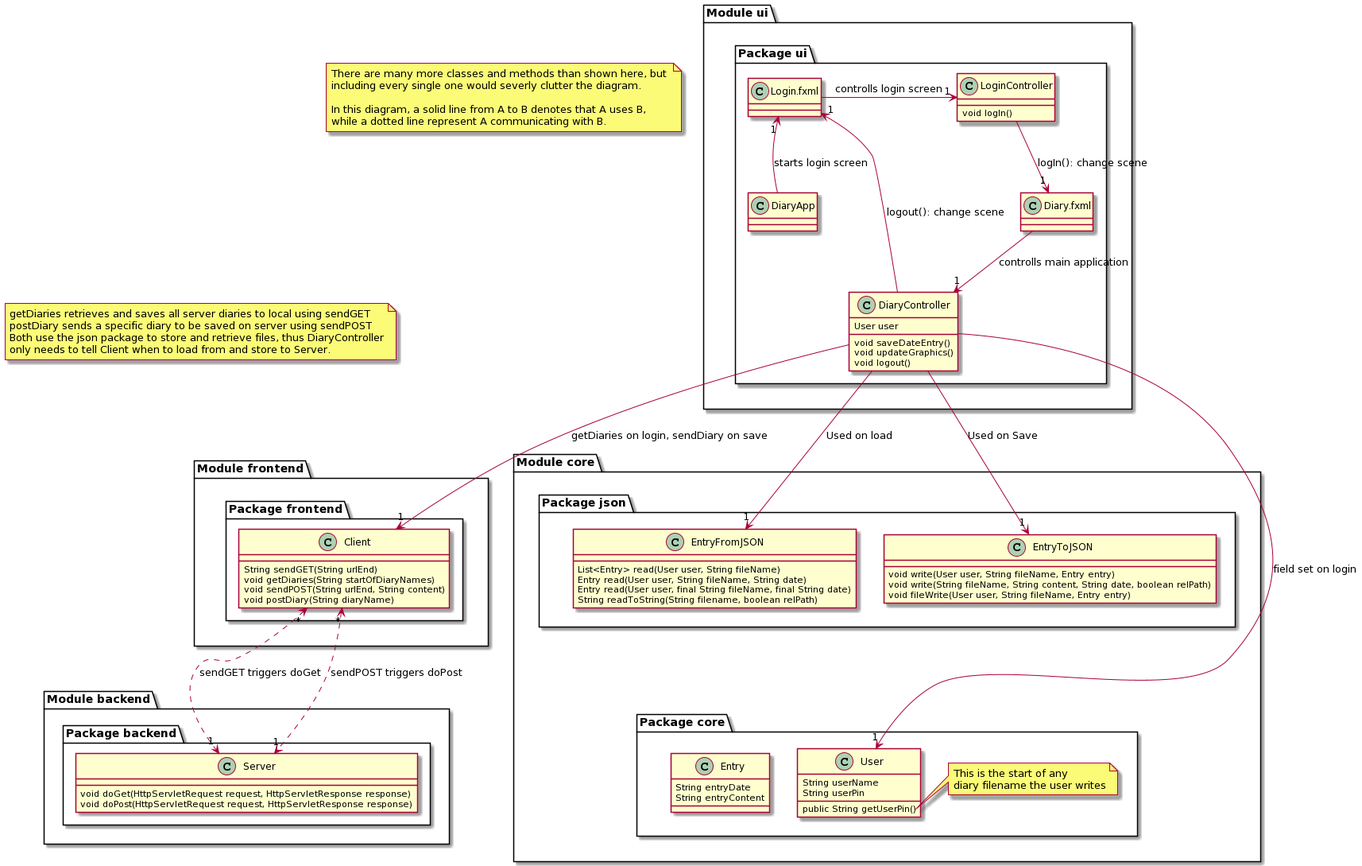
Above: docs/resources/Class_diagram.png in ScandiumSG/ITP_DiaryApplication (PlantUML), before the change.
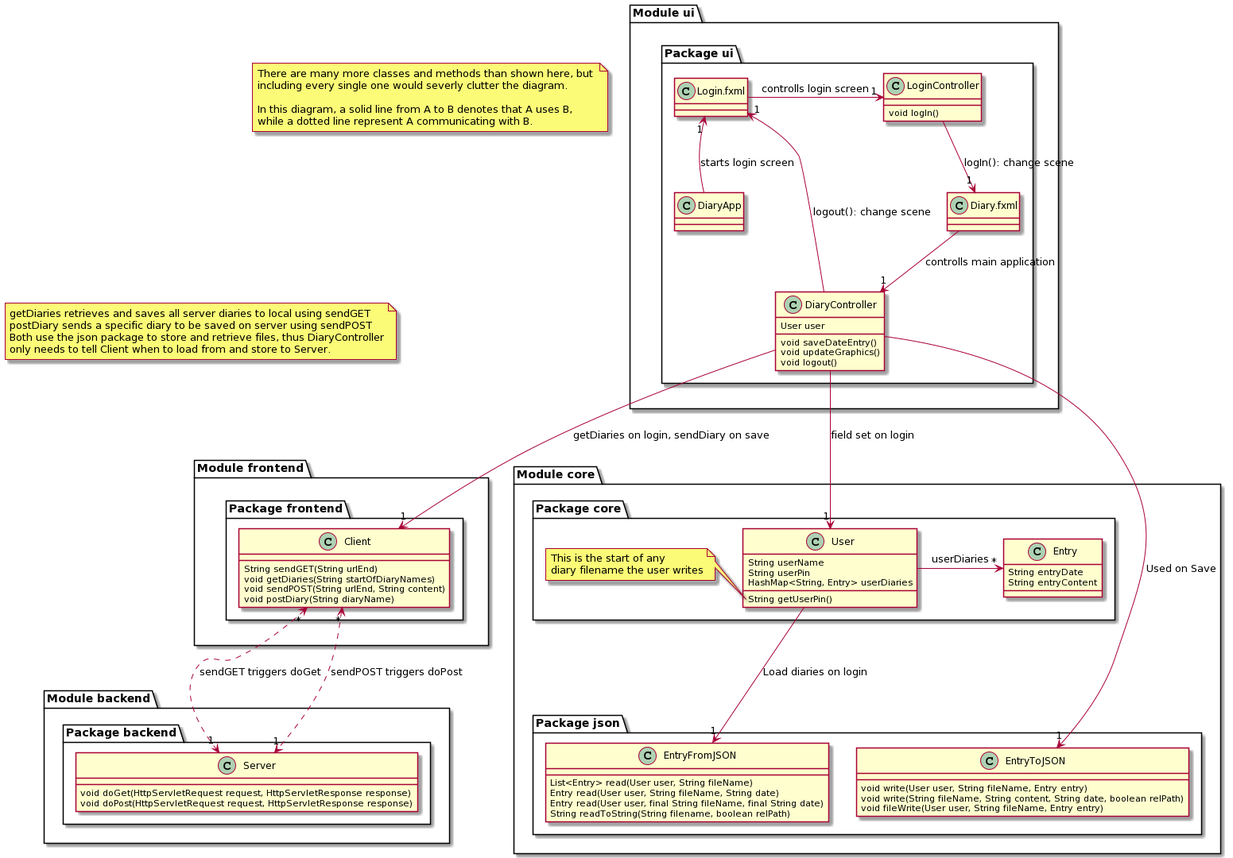
Above is the later version.

What changed in the source:
```diff
@@ -33,17 +33,17 @@
 
 package "Module core"  {
   package "Package json"  {
+    Class EntryToJSON {
+      void write(User user, String fileName, Entry entry)
+      void write(String fileName, String content, String date, boolean relPath)
+      void fileWrite(User user, String fileName, Entry entry)
+    }
+
     Class EntryFromJSON {
       List<Entry> read(User user, String fileName)
       Entry read(User user, String fileName, String date)
       Entry read(User user, final String fileName, final String date)
       String readToString(String filename, boolean relPath)
-    }
-
-    Class EntryToJSON {
-      void write(User user, String fileName, Entry entry)
-      void write(String fileName, String content, String date, boolean relPath)
-      void fileWrite(User user, String fileName, Entry entry)
     }
   }
 
@@ -56,9 +56,10 @@
     Class User {
       String userName
       String userPin
-      public String getUserPin()
+      HashMap<String, Entry> userDiaries
+      String getUserPin()
     }
-    note right of User::getUserPin()
+    note left of User::getUserPin()
       This is the start of any
       diary filename the user writes
     end note
@@ -86,6 +87,16 @@
   }
 }
 
+note as N1
+  getDiaries retrieves and saves all server diaries to local using sendGET
+  postDiary sends a specific diary to be saved on server using sendPOST
+  Both use the json package to store and retrieve files, thus DiaryController
+  only needs to tell Client when to load from and store to Server.
+end note
+
+"Module frontend" -u[hidden]-> N1
+"Module ui" -l[hidden]-> N2
+
 DiaryApp -up-> "1" Login.fxml : starts login screen
 Login.fxml -right-> "1" LoginController : controlls login screen
 LoginController -down-> "1" Diary.fxml: logIn(): change scene
@@ -93,24 +104,15 @@
 Diary.fxml --> "1" DiaryController : controlls main application
 DiaryController --> "1" Login.fxml: logout(): change scene
 
-note as N1
-  getDiaries retrieves and saves all server diaries to local using sendGET
-  postDiary sends a specific diary to be saved on server using sendPOST
-  Both use the json package to store and retrieve files, thus DiaryController
-  only needs to tell Client when to load from and store to Server.
-end note
-
 Client "*" <..> "1" Server : sendGET triggers doGet
 Client "*" <..> "1" Server : sendPOST triggers doPost
 
-"Package json" -up[hidden]-> "Package core"
-"Module frontend" -up[hidden]-> N1
-"Module ui" -left[hidden]-> N2
-
 DiaryController --> "1" Client : getDiaries on login, sendDiary on save
 
-DiaryController --> "1" EntryFromJSON : Used on load
 DiaryController --> "1" EntryToJSON : Used on Save
 
 DiaryController --> "1" User : field set on login
+
+User --> "1" EntryFromJSON : Load diaries on login
+User -right-> "*" Entry : userDiaries
 @enduml
```
